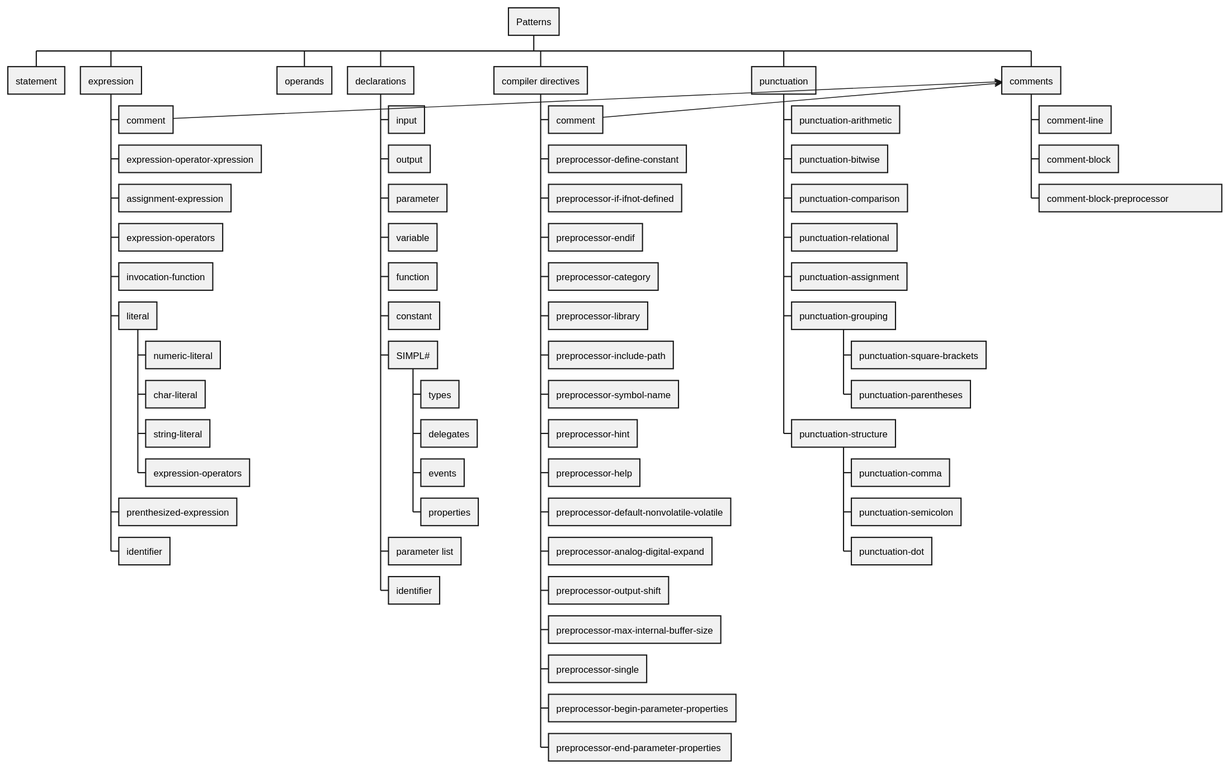
This is csharp-syntax-mindmap/syntax-tree.svg from alvaroyurrita/vscode-crestron-splus, a PlantUML export, as it was before one commit. Its diagram source:
```plantuml
@startwbs
+ Patterns
	+ statement
	+ expression
		+ "comment" as expcom
		+ expression-operator-xpression
		+ assignment-expression
		+ expression-operators
		+ invocation-function
		+ literal
			+ numeric-literal
			+ char-literal
			+ string-literal
			+ expression-operators
		+ prenthesized-expression
		+ identifier
	+ operands
	+ declarations
		+ input
		+ output
		+ parameter
		+ variable
		+ function
		+ constant
		+ SIMPL#
			+ types
			+ delegates
			+ events
			+ properties
		+ parameter list
		+ identifier
	+ "compiler directives" as prpr
		+ "comment" as prprcom
		+ preprocessor-define-constant
		+ preprocessor-if-ifnot-defined
		+ preprocessor-endif
		+ preprocessor-category
		+ preprocessor-library
		+ preprocessor-include-path
		+ preprocessor-symbol-name
		+ preprocessor-hint
		+ preprocessor-help
		+ preprocessor-default-nonvolatile-volatile
		+ preprocessor-analog-digital-expand
		+ preprocessor-output-shift
		+ preprocessor-max-internal-buffer-size
		+ preprocessor-single
		+ preprocessor-begin-parameter-properties
		+ preprocessor-end-parameter-properties
	+ "punctuation" as punc
		+ punctuation-arithmetic
		+ punctuation-bitwise
		+ punctuation-comparison
		+ punctuation-relational
		+ punctuation-assignment
		+ punctuation-grouping
			+ punctuation-square-brackets
			+ punctuation-parentheses
		+ punctuation-structure
			+ punctuation-comma
			+ punctuation-semicolon
			+ punctuation-dot
	+ "comments" as com
		+ comment-line
		+ comment-block
		+ comment-block-preprocessor
expcom --> com
prprcom --> com
@endwbs
```
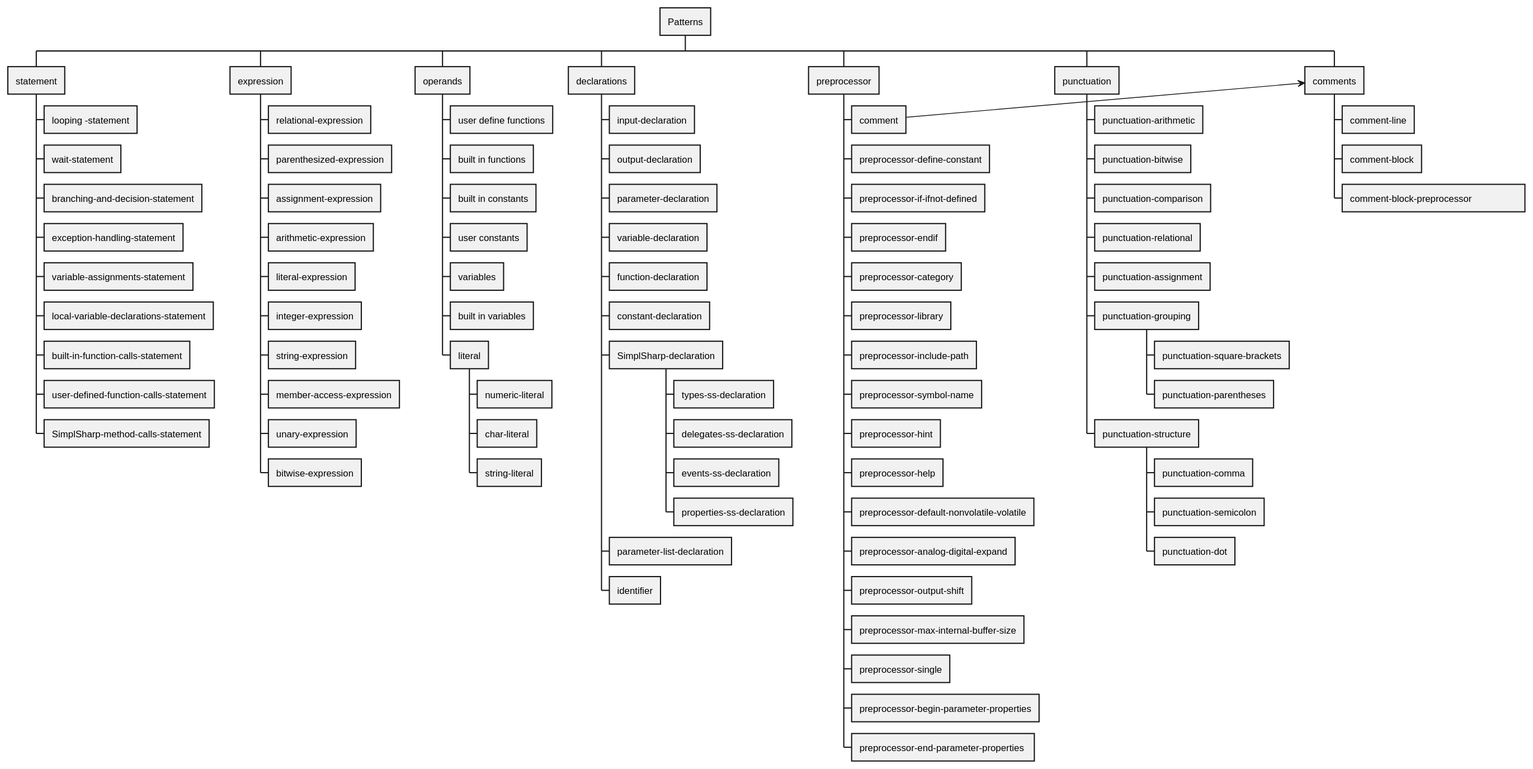
Above is the later version.

Change to the diagram source:
```diff
@@ -1,35 +1,52 @@
 @startwbs
 + Patterns
 	+ statement
+		+ looping -statement
+		+ wait-statement
+		+ branching-and-decision-statement
+		+ exception-handling-statement
+		+ variable-assignments-statement
+		+ local-variable-declarations-statement
+		+ built-in-function-calls-statement
+		+ user-defined-function-calls-statement
+		+ SimplSharp-method-calls-statement
 	+ expression
-		+ "comment" as expcom
-		+ expression-operator-xpression
+		+ relational-expression
+		+ parenthesized-expression
 		+ assignment-expression
-		+ expression-operators
-		+ invocation-function
+		+ arithmetic-expression
+		+ literal-expression
+		+ integer-expression
+		+ string-expression
+		+ member-access-expression
+		+ unary-expression
+		+ bitwise-expression
+	+ operands
+		+ user define functions
+		+ built in functions
+		+ built in constants
+		+ user constants
+		+ variables
+		+ built in variables
 		+ literal
 			+ numeric-literal
 			+ char-literal
 			+ string-literal
-			+ expression-operators
-		+ prenthesized-expression
+	+ declarations
+		+ input-declaration
+		+ output-declaration
+		+ parameter-declaration
+		+ variable-declaration
+		+ function-declaration
+		+ constant-declaration
+		+ SimplSharp-declaration
+			+ types-ss-declaration
+			+ delegates-ss-declaration
+			+ events-ss-declaration
+			+ properties-ss-declaration
+		+ parameter-list-declaration
 		+ identifier
-	+ operands
-	+ declarations
-		+ input
-		+ output
-		+ parameter
-		+ variable
-		+ function
-		+ constant
-		+ SIMPL#
-			+ types
-			+ delegates
-			+ events
-			+ properties
-		+ parameter list
-		+ identifier
-	+ "compiler directives" as prpr
+	+ "preprocessor" as prpr
 		+ "comment" as prprcom
 		+ preprocessor-define-constant
 		+ preprocessor-if-ifnot-defined
@@ -64,6 +81,5 @@
 		+ comment-line
 		+ comment-block
 		+ comment-block-preprocessor
-expcom --> com
 prprcom --> com
 @endwbs
```
